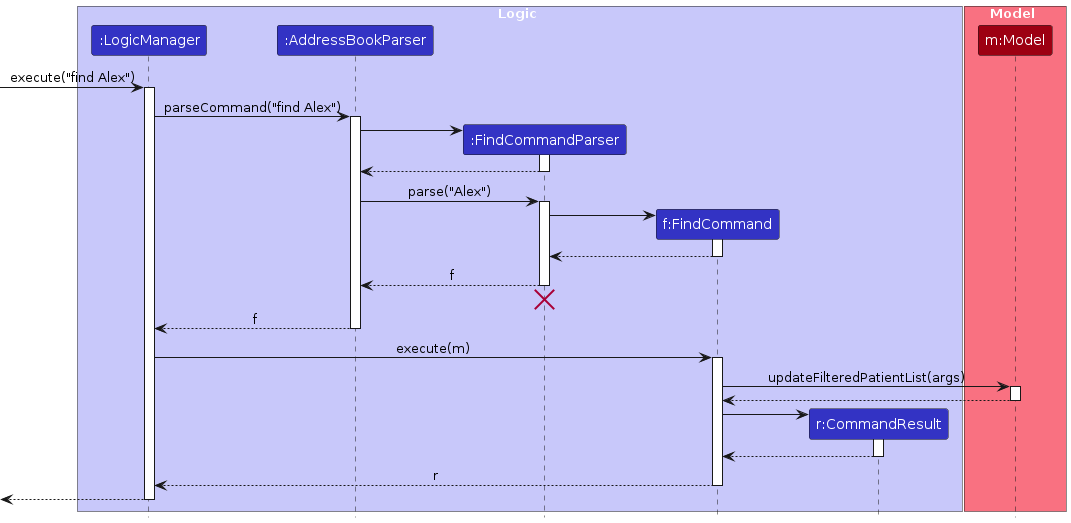
The PlantUML diagram diagrams/FindSequenceDiagram.png in NeoHW/tp, before a commit. Its source is kept beside it as diagrams/FindSequenceDiagram.puml.
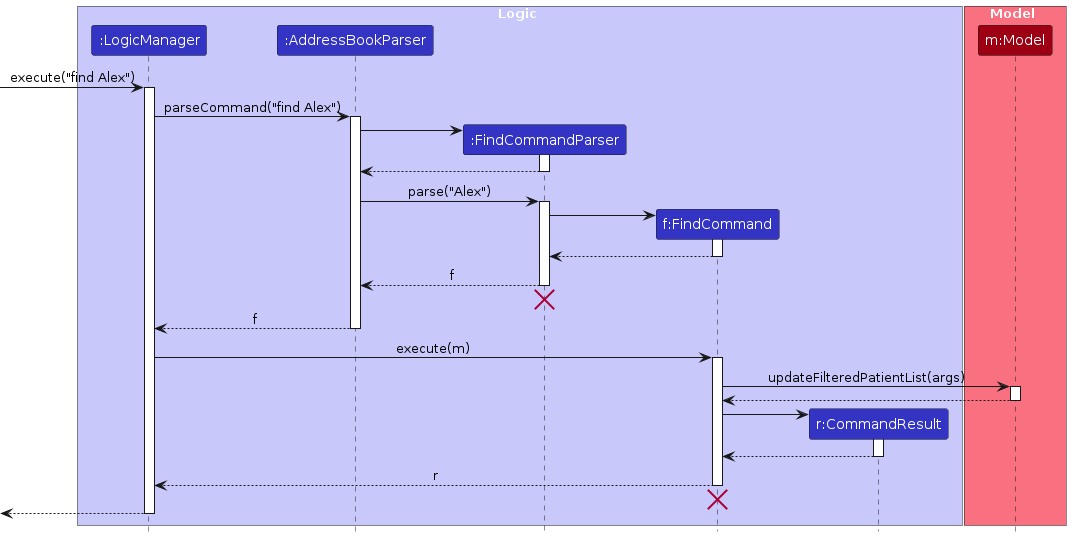
The same diagram one commit later.

What changed in the source:
```diff
@@ -64,6 +64,9 @@
 FindCommand --> LogicManager : r
 deactivate FindCommand
 
+FindCommand -[hidden]-> AddressBookParser
+destroy FindCommand
+
 [<--LogicManager
 deactivate LogicManager
 @enduml
```
